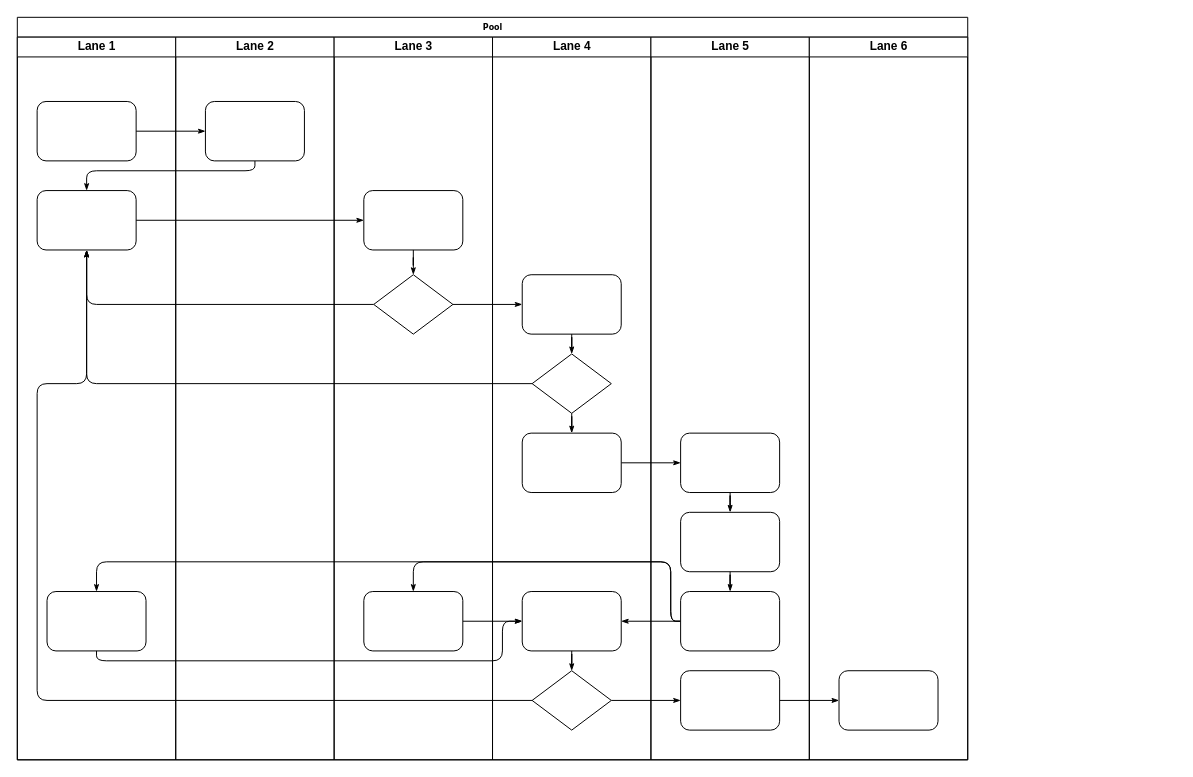
Before: Diagrama sin título.drawio in cinhosoft/Diagramas-Publicos, a draw.io diagram. Source tidied: cells renumbered, new cells numbered last; positions are measured from the earlier drawing's top-left corner, leaving out a move shared by most shapes. Both pictures are drawn from the tidied source at 99%, with x=0, y=0 at pixel (17, 17).
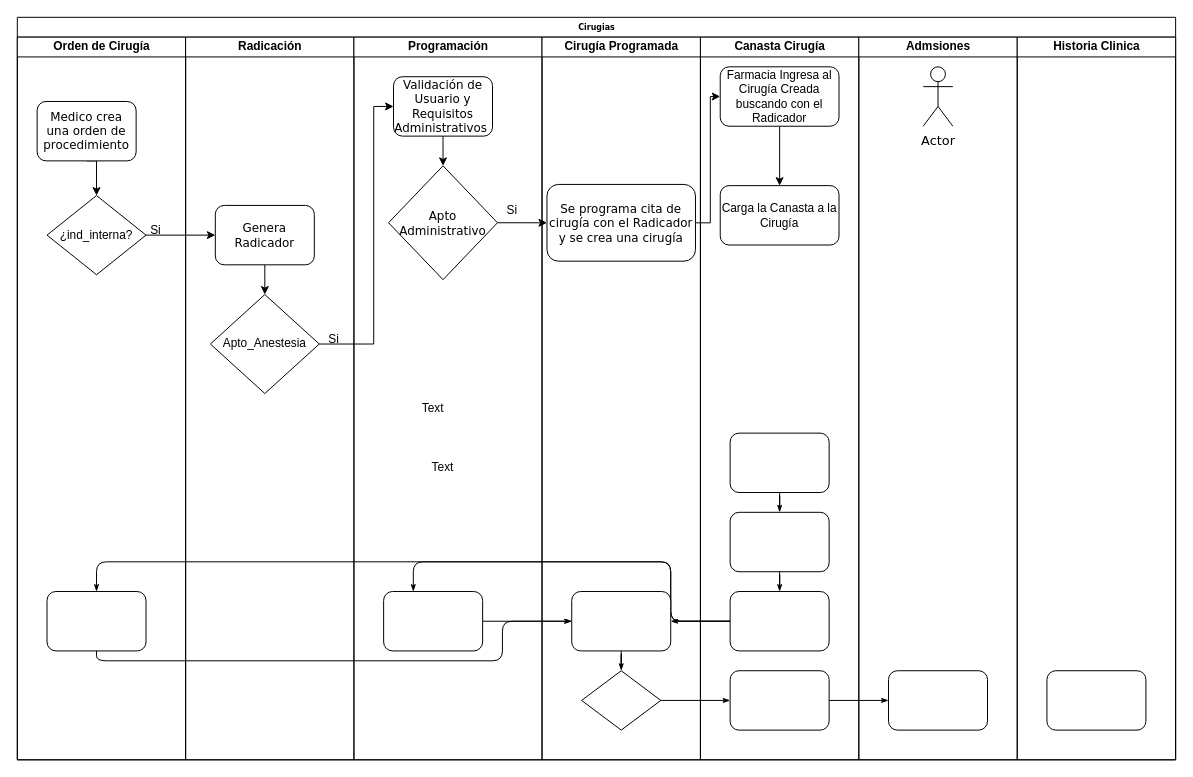
The same diagram, later.

Unchanged cells that the change refers to:
```xml
<mxCell id="34" style="rhombus;whiteSpace=wrap;html=1;rounded=0;shadow=0;labelBackgroundColor=none;strokeWidth=1;fontFamily=Verdana;fontSize=8;align=center;" parent="29" vertex="1">
  <mxGeometry x="40" y="640" width="80" height="60" as="geometry" />
</mxCell>
<mxCell id="39" style="rounded=1;whiteSpace=wrap;html=1;shadow=0;labelBackgroundColor=none;strokeWidth=1;fontFamily=Verdana;fontSize=8;align=center;" parent="38" vertex="1">
  <mxGeometry x="30" y="400" width="100" height="60" as="geometry" />
</mxCell>
```

What changed in the source:
```diff
@@
-    <mxCell id="2" value="Pool" style="swimlane;html=1;startSize=20;rounded=0;shadow=0;labelBackgroundColor=none;strokeWidth=1;fontFamily=Verdana;fontSize=8;align=center;" parent="1" vertex="1">
-      <mxGeometry width="960" height="750" as="geometry" />
+    <mxCell id="2" value="Cirugias" style="swimlane;html=1;startSize=20;rounded=0;shadow=0;labelBackgroundColor=none;strokeWidth=1;fontFamily=Verdana;fontSize=8;align=center;" parent="1" vertex="1">
+      <mxGeometry width="1170" height="750" as="geometry" />
     </mxCell>
-    <mxCell id="3" value="Lane 1" style="swimlane;html=1;startSize=20;" parent="2" vertex="1">
-      <mxGeometry y="20" width="160" height="730" as="geometry" />
+    <mxCell id="3" value="Orden de Cirugía" style="swimlane;html=1;startSize=20;" parent="2" vertex="1">
+      <mxGeometry y="20" width="170" height="730" as="geometry" />
     </mxCell>
+    <mxCell id="47" style="edgeStyle=orthogonalEdgeStyle;rounded=0;jettySize=auto;html=1;exitX=0.5;exitY=1;exitDx=0;exitDy=0;entryX=0.5;entryY=0;entryDx=0;entryDy=0;" parent="3" edge="1" source="4" target="48">
+      <mxGeometry relative="1" as="geometry" />
+    </mxCell>
-    <mxCell id="4" style="rounded=1;whiteSpace=wrap;html=1;shadow=0;labelBackgroundColor=none;strokeWidth=1;fontFamily=Verdana;fontSize=8;align=center;" parent="3" vertex="1">
+    <mxCell id="4" value="&lt;font style=&quot;font-size: 12px;&quot;&gt;Medico crea una orden de procedimiento&lt;/font&gt;" style="rounded=1;whiteSpace=wrap;html=1;shadow=0;labelBackgroundColor=none;strokeWidth=1;fontFamily=Verdana;fontSize=8;align=center;" parent="3" vertex="1">
       <mxGeometry x="20" y="65" width="100" height="60" as="geometry" />
     </mxCell>
-    <mxCell id="5" style="rounded=1;whiteSpace=wrap;html=1;shadow=0;labelBackgroundColor=none;strokeWidth=1;fontFamily=Verdana;fontSize=8;align=center;" parent="3" vertex="1">
-      <mxGeometry x="20" y="155" width="100" height="60" as="geometry" />
-    </mxCell>
@@
-    <mxCell id="7" style="edgeStyle=orthogonalEdgeStyle;rounded=1;html=1;labelBackgroundColor=none;startArrow=none;startFill=0;startSize=5;endArrow=classicThin;endFill=1;endSize=5;jettySize=auto;strokeWidth=1;fontFamily=Verdana;fontSize=8;" parent="2" edge="1" source="4" target="23">
-      <mxGeometry relative="1" as="geometry" />
-    </mxCell>
-    <mxCell id="8" style="edgeStyle=orthogonalEdgeStyle;rounded=1;html=1;labelBackgroundColor=none;startArrow=none;startFill=0;startSize=5;endArrow=classicThin;endFill=1;endSize=5;jettySize=auto;strokeWidth=1;fontFamily=Verdana;fontSize=8;" parent="2" edge="1" source="23" target="5">
-      <mxGeometry relative="1" as="geometry">
-        <Array as="points">
-          <mxPoint x="240" y="155" />
-          <mxPoint x="70" y="155" />
-        </Array>
-      </mxGeometry>
-    </mxCell>
-    <mxCell id="9" style="edgeStyle=orthogonalEdgeStyle;rounded=1;html=1;labelBackgroundColor=none;startArrow=none;startFill=0;startSize=5;endArrow=classicThin;endFill=1;endSize=5;jettySize=auto;strokeWidth=1;fontFamily=Verdana;fontSize=8;" parent="2" edge="1" source="5" target="25">
-      <mxGeometry relative="1" as="geometry" />
-    </mxCell>
-    <mxCell id="10" style="edgeStyle=orthogonalEdgeStyle;rounded=1;html=1;labelBackgroundColor=none;startArrow=none;startFill=0;startSize=5;endArrow=classicThin;endFill=1;endSize=5;jettySize=auto;strokeWidth=1;fontFamily=Verdana;fontSize=8;" parent="2" edge="1" source="26" target="5">
-      <mxGeometry relative="1" as="geometry" />
-    </mxCell>
-    <mxCell id="11" style="edgeStyle=orthogonalEdgeStyle;rounded=1;html=1;labelBackgroundColor=none;startArrow=none;startFill=0;startSize=5;endArrow=classicThin;endFill=1;endSize=5;jettySize=auto;strokeWidth=1;fontFamily=Verdana;fontSize=8;" parent="2" edge="1" source="31" target="5">
-      <mxGeometry relative="1" as="geometry" />
-    </mxCell>
-    <mxCell id="12" style="edgeStyle=orthogonalEdgeStyle;rounded=1;html=1;labelBackgroundColor=none;startArrow=none;startFill=0;startSize=5;endArrow=classicThin;endFill=1;endSize=5;jettySize=auto;strokeWidth=1;fontFamily=Verdana;fontSize=8;" parent="2" edge="1" source="34" target="5">
-      <mxGeometry relative="1" as="geometry">
-        <Array as="points">
-          <mxPoint x="20" y="690" />
-          <mxPoint x="20" y="370" />
-          <mxPoint x="70" y="370" />
-        </Array>
-      </mxGeometry>
-    </mxCell>
-    <mxCell id="13" style="edgeStyle=orthogonalEdgeStyle;rounded=1;html=1;labelBackgroundColor=none;startArrow=none;startFill=0;startSize=5;endArrow=classicThin;endFill=1;endSize=5;jettySize=auto;strokeWidth=1;fontFamily=Verdana;fontSize=8;" parent="2" edge="1" source="26" target="30">
-      <mxGeometry relative="1" as="geometry" />
-    </mxCell>
+    <mxCell id="48" value="¿ind_interna?" style="rhombus;whiteSpace=wrap;html=1;" parent="3" vertex="1">
+      <mxGeometry x="30" y="160" width="100" height="80" as="geometry" />
+    </mxCell>
+    <mxCell id="49" value="Si" style="text;html=1;align=center;verticalAlign=middle;whiteSpace=wrap;rounded=0;" parent="3" vertex="1">
+      <mxGeometry x="110" y="180" width="60" height="30" as="geometry" />
+    </mxCell>
@@
-    <mxCell id="16" style="edgeStyle=orthogonalEdgeStyle;rounded=1;html=1;labelBackgroundColor=none;startArrow=none;startFill=0;startSize=5;endArrow=classicThin;endFill=1;endSize=5;jettySize=auto;strokeWidth=1;fontFamily=Verdana;fontSize=8;" parent="2" edge="1" source="32" target="39">
-      <mxGeometry relative="1" as="geometry" />
-    </mxCell>
@@
-    <mxCell id="22" value="Lane 2" style="swimlane;html=1;startSize=20;" parent="2" vertex="1">
-      <mxGeometry x="160" y="20" width="160" height="730" as="geometry" />
+    <mxCell id="22" value="Radicación" style="swimlane;html=1;startSize=20;" parent="2" vertex="1">
+      <mxGeometry x="170" y="20" width="170" height="730" as="geometry" />
     </mxCell>
+    <mxCell id="50" style="edgeStyle=orthogonalEdgeStyle;rounded=0;jettySize=auto;html=1;exitX=0.5;exitY=1;exitDx=0;exitDy=0;entryX=0.5;entryY=0;entryDx=0;entryDy=0;" parent="22" edge="1" source="23" target="51">
+      <mxGeometry relative="1" as="geometry" />
+    </mxCell>
-    <mxCell id="23" style="rounded=1;whiteSpace=wrap;html=1;shadow=0;labelBackgroundColor=none;strokeWidth=1;fontFamily=Verdana;fontSize=8;align=center;" parent="22" vertex="1">
-      <mxGeometry x="30" y="65" width="100" height="60" as="geometry" />
+    <mxCell id="23" value="&lt;font style=&quot;font-size: 12px;&quot;&gt;Genera Radicador&lt;/font&gt;" style="rounded=1;whiteSpace=wrap;html=1;shadow=0;labelBackgroundColor=none;strokeWidth=1;fontFamily=Verdana;fontSize=8;align=center;" parent="22" vertex="1">
+      <mxGeometry x="30" y="170" width="100" height="60" as="geometry" />
     </mxCell>
+    <mxCell id="51" value="Apto_Anestesia" style="rhombus;whiteSpace=wrap;html=1;" parent="22" vertex="1">
+      <mxGeometry x="25" y="260" width="110" height="100" as="geometry" />
+    </mxCell>
+    <mxCell id="52" value="Si" style="text;html=1;align=center;verticalAlign=middle;whiteSpace=wrap;rounded=0;" parent="22" vertex="1">
+      <mxGeometry x="120" y="290" width="60" height="30" as="geometry" />
+    </mxCell>
-    <mxCell id="24" value="Lane 3" style="swimlane;html=1;startSize=20;" parent="2" vertex="1">
-      <mxGeometry x="320" y="20" width="160" height="730" as="geometry" />
+    <mxCell id="24" value="Programación" style="swimlane;html=1;startSize=20;" parent="2" vertex="1">
+      <mxGeometry x="340" y="20" width="190" height="730" as="geometry" />
     </mxCell>
+    <mxCell id="53" style="edgeStyle=orthogonalEdgeStyle;rounded=0;jettySize=auto;html=1;exitX=0.5;exitY=1;exitDx=0;exitDy=0;entryX=0.5;entryY=0;entryDx=0;entryDy=0;" parent="24" edge="1" source="25" target="31">
+      <mxGeometry relative="1" as="geometry" />
+    </mxCell>
-    <mxCell id="25" style="rounded=1;whiteSpace=wrap;html=1;shadow=0;labelBackgroundColor=none;strokeWidth=1;fontFamily=Verdana;fontSize=8;align=center;" parent="24" vertex="1">
-      <mxGeometry x="30" y="155" width="100" height="60" as="geometry" />
+    <mxCell id="25" value="&lt;font style=&quot;font-size: 12px;&quot;&gt;Validación de Usuario y Requisitos Administrativos&amp;nbsp;&lt;/font&gt;" style="rounded=1;whiteSpace=wrap;html=1;shadow=0;labelBackgroundColor=none;strokeWidth=1;fontFamily=Verdana;fontSize=8;align=center;" parent="24" vertex="1">
+      <mxGeometry x="40" y="40" width="100" height="60" as="geometry" />
     </mxCell>
-    <mxCell id="26" style="rhombus;whiteSpace=wrap;html=1;rounded=0;shadow=0;labelBackgroundColor=none;strokeWidth=1;fontFamily=Verdana;fontSize=8;align=center;" parent="24" vertex="1">
-      <mxGeometry x="40" y="240" width="80" height="60" as="geometry" />
-    </mxCell>
@@
-    <mxCell id="28" style="edgeStyle=orthogonalEdgeStyle;rounded=1;html=1;labelBackgroundColor=none;startArrow=none;startFill=0;startSize=5;endArrow=classicThin;endFill=1;endSize=5;jettySize=auto;strokeWidth=1;fontFamily=Verdana;fontSize=8;" parent="24" edge="1" source="25" target="26">
-      <mxGeometry relative="1" as="geometry" />
-    </mxCell>
+    <mxCell id="31" value="&lt;font style=&quot;font-size: 12px;&quot;&gt;Apto&lt;/font&gt;&lt;div&gt;&lt;font style=&quot;font-size: 12px;&quot;&gt;Administrativo&lt;/font&gt;&lt;/div&gt;" style="rhombus;whiteSpace=wrap;html=1;rounded=0;shadow=0;labelBackgroundColor=none;strokeWidth=1;fontFamily=Verdana;fontSize=8;align=center;" parent="24" vertex="1">
+      <mxGeometry x="35" y="130" width="110" height="115" as="geometry" />
+    </mxCell>
+    <mxCell id="54" value="Si" style="text;html=1;align=center;verticalAlign=middle;whiteSpace=wrap;rounded=0;" parent="24" vertex="1">
+      <mxGeometry x="130" y="160" width="60" height="30" as="geometry" />
+    </mxCell>
+    <mxCell id="55" value="Text" style="text;html=1;align=center;verticalAlign=middle;whiteSpace=wrap;rounded=0;" parent="24" vertex="1">
+      <mxGeometry x="60" y="420" width="60" height="30" as="geometry" />
+    </mxCell>
+    <mxCell id="56" value="Text" style="text;html=1;align=center;verticalAlign=middle;whiteSpace=wrap;rounded=0;" parent="24" vertex="1">
+      <mxGeometry x="50" y="360" width="60" height="30" as="geometry" />
+    </mxCell>
-    <mxCell id="29" value="Lane 4" style="swimlane;html=1;startSize=20;" parent="2" vertex="1">
-      <mxGeometry x="480" y="20" width="160" height="730" as="geometry" />
+    <mxCell id="29" value="Cirugía Programada" style="swimlane;html=1;startSize=20;" parent="2" vertex="1">
+      <mxGeometry x="530" y="20" width="160" height="730" as="geometry" />
     </mxCell>
-    <mxCell id="30" style="rounded=1;whiteSpace=wrap;html=1;shadow=0;labelBackgroundColor=none;strokeWidth=1;fontFamily=Verdana;fontSize=8;align=center;" parent="29" vertex="1">
-      <mxGeometry x="30" y="240" width="100" height="60" as="geometry" />
-    </mxCell>
-    <mxCell id="31" style="rhombus;whiteSpace=wrap;html=1;rounded=0;shadow=0;labelBackgroundColor=none;strokeWidth=1;fontFamily=Verdana;fontSize=8;align=center;" parent="29" vertex="1">
-      <mxGeometry x="40" y="320" width="80" height="60" as="geometry" />
-    </mxCell>
-    <mxCell id="32" style="rounded=1;whiteSpace=wrap;html=1;shadow=0;labelBackgroundColor=none;strokeWidth=1;fontFamily=Verdana;fontSize=8;align=center;" parent="29" vertex="1">
-      <mxGeometry x="30" y="400" width="100" height="60" as="geometry" />
+    <mxCell id="32" value="&lt;font style=&quot;font-size: 12px;&quot;&gt;Se programa cita de cirugía con el Radicador y se crea una cirugía&lt;/font&gt;" style="rounded=1;whiteSpace=wrap;html=1;shadow=0;labelBackgroundColor=none;strokeWidth=1;fontFamily=Verdana;fontSize=8;align=center;" parent="29" vertex="1">
+      <mxGeometry x="5" y="148.8" width="150" height="77.5" as="geometry" />
     </mxCell>
@@
-    <mxCell id="35" style="edgeStyle=orthogonalEdgeStyle;rounded=1;html=1;labelBackgroundColor=none;startArrow=none;startFill=0;startSize=5;endArrow=classicThin;endFill=1;endSize=5;jettySize=auto;strokeColor=#000000;strokeWidth=1;fontFamily=Verdana;fontSize=8;fontColor=#000000;" parent="29" edge="1" source="30" target="31">
-      <mxGeometry relative="1" as="geometry" />
-    </mxCell>
-    <mxCell id="36" style="edgeStyle=orthogonalEdgeStyle;rounded=1;html=1;labelBackgroundColor=none;startArrow=none;startFill=0;startSize=5;endArrow=classicThin;endFill=1;endSize=5;jettySize=auto;strokeWidth=1;fontFamily=Verdana;fontSize=8;" parent="29" edge="1" source="31" target="32">
-      <mxGeometry relative="1" as="geometry" />
-    </mxCell>
@@
-    <mxCell id="38" value="Lane 5" style="swimlane;html=1;startSize=20;" parent="2" vertex="1">
-      <mxGeometry x="640" y="20" width="160" height="730" as="geometry" />
+    <mxCell id="38" value="Canasta Cirugía" style="swimlane;html=1;startSize=20;" parent="2" vertex="1">
+      <mxGeometry x="690" y="20" width="160" height="730" as="geometry" />
     </mxCell>
@@
+    <mxCell id="57" style="edgeStyle=orthogonalEdgeStyle;rounded=0;jettySize=auto;html=1;exitX=0.5;exitY=1;exitDx=0;exitDy=0;" parent="38" edge="1" source="58" target="59">
+      <mxGeometry relative="1" as="geometry" />
+    </mxCell>
+    <mxCell id="58" value="Farmacia Ingresa al Cirugía Creada buscando con el Radicador" style="rounded=1;whiteSpace=wrap;html=1;" parent="38" vertex="1">
+      <mxGeometry x="20" y="30" width="120" height="60" as="geometry" />
+    </mxCell>
+    <mxCell id="59" value="Carga la Canasta a la Cirugía" style="rounded=1;whiteSpace=wrap;html=1;" parent="38" vertex="1">
+      <mxGeometry x="20" y="150" width="120" height="60" as="geometry" />
+    </mxCell>
-    <mxCell id="45" value="Lane 6" style="swimlane;html=1;startSize=20;" parent="2" vertex="1">
-      <mxGeometry x="800" y="20" width="160" height="730" as="geometry" />
+    <mxCell id="45" value="Admsiones" style="swimlane;html=1;startSize=20;" parent="2" vertex="1">
+      <mxGeometry x="850" y="20" width="160" height="730" as="geometry" />
     </mxCell>
@@
+    <mxCell id="60" value="Actor" style="shape=umlActor;verticalLabelPosition=bottom;verticalAlign=top;html=1;fontSize=13;fontFamily=Verdana;" parent="45" vertex="1">
+      <mxGeometry x="65" y="30" width="30" height="60" as="geometry" />
+    </mxCell>
+    <mxCell id="61" style="edgeStyle=orthogonalEdgeStyle;rounded=0;jettySize=auto;html=1;exitX=1;exitY=0.5;exitDx=0;exitDy=0;entryX=0;entryY=0.5;entryDx=0;entryDy=0;" parent="2" edge="1" source="48" target="23">
+      <mxGeometry relative="1" as="geometry" />
+    </mxCell>
+    <mxCell id="62" style="edgeStyle=orthogonalEdgeStyle;rounded=0;jettySize=auto;html=1;exitX=1;exitY=0.5;exitDx=0;exitDy=0;entryX=0;entryY=0.5;entryDx=0;entryDy=0;" parent="2" edge="1" source="51" target="25">
+      <mxGeometry relative="1" as="geometry">
+        <Array as="points">
+          <mxPoint x="360" y="330" />
+          <mxPoint x="360" y="90" />
+        </Array>
+      </mxGeometry>
+    </mxCell>
+    <mxCell id="36" style="edgeStyle=orthogonalEdgeStyle;rounded=0;jettySize=auto;html=1;exitX=1;exitY=0.5;exitDx=0;exitDy=0;entryX=0;entryY=0.5;entryDx=0;entryDy=0;" parent="2" edge="1" source="31" target="32">
+      <mxGeometry relative="1" as="geometry" />
+    </mxCell>
+    <mxCell id="63" style="edgeStyle=orthogonalEdgeStyle;rounded=0;jettySize=auto;html=1;exitX=1;exitY=0.5;exitDx=0;exitDy=0;entryX=0;entryY=0.5;entryDx=0;entryDy=0;" parent="2" edge="1" source="32" target="58">
+      <mxGeometry relative="1" as="geometry">
+        <Array as="points">
+          <mxPoint x="700" y="208" />
+          <mxPoint x="700" y="80" />
+        </Array>
+      </mxGeometry>
+    </mxCell>
+    <mxCell id="64" value="Historia Clinica" style="swimlane;html=1;startSize=20;" parent="2" vertex="1">
+      <mxGeometry x="1010" y="20" width="160" height="730" as="geometry" />
+    </mxCell>
+    <mxCell id="65" style="rounded=1;whiteSpace=wrap;html=1;shadow=0;labelBackgroundColor=none;strokeWidth=1;fontFamily=Verdana;fontSize=8;align=center;" parent="64" vertex="1">
+      <mxGeometry x="30" y="640" width="100" height="60" as="geometry" />
+    </mxCell>
```
